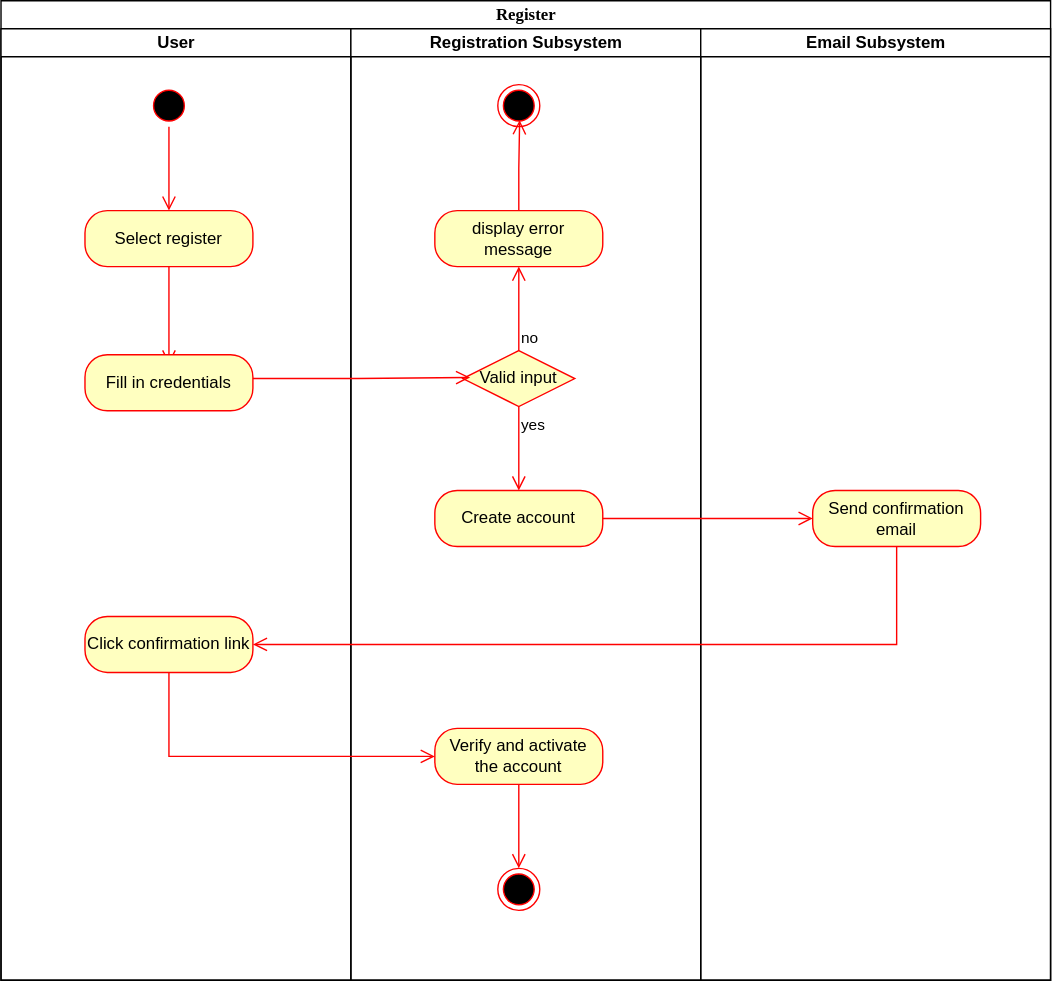
Above: Register Activity Diagram.svg in Simamkele88/IFM3_GP (draw.io), before the change. Source tidied: cells renumbered, new cells last; positions are measured from the earlier drawing's top-left corner, leaving out a move shared by most shapes. Source of this version:
```xml
<mxGraphModel>
  <root>
    <mxCell id="0" />
    <mxCell id="1" parent="0" />
    <mxCell id="2" value="Register" style="swimlane;html=1;startSize=20;rounded=0;shadow=0;comic=0;labelBackgroundColor=none;strokeWidth=1;fontFamily=Verdana;fontSize=12;align=center;" parent="1" vertex="1">
      <mxGeometry width="750" height="700" as="geometry" />
    </mxCell>
    <mxCell id="3" value="User" style="swimlane;html=1;startSize=20;" parent="2" vertex="1">
      <mxGeometry y="20" width="250" height="680" as="geometry" />
    </mxCell>
    <mxCell id="4" style="ellipse;html=1;shape=startState;fillColor=#000000;strokeColor=#ff0000;" parent="3" vertex="1">
      <mxGeometry x="105" y="40" width="30" height="30" as="geometry" />
    </mxCell>
    <mxCell id="5" style="edgeStyle=orthogonalEdgeStyle;html=1;verticalAlign=bottom;endArrow=open;endSize=8;strokeColor=#ff0000;rounded=0;exitX=0.5;exitY=1;exitDx=0;exitDy=0;entryX=0.5;entryY=0;entryDx=0;entryDy=0;" parent="3" edge="1" source="4" target="6">
      <mxGeometry relative="1" as="geometry" />
    </mxCell>
    <mxCell id="6" value="Select register" style="rounded=1;whiteSpace=wrap;html=1;arcSize=40;fontColor=#000000;fillColor=#ffffc0;strokeColor=#ff0000;" parent="3" vertex="1">
      <mxGeometry x="60" y="130" width="120" height="40" as="geometry" />
    </mxCell>
    <mxCell id="7" style="edgeStyle=orthogonalEdgeStyle;html=1;verticalAlign=bottom;endArrow=open;endSize=8;strokeColor=#ff0000;rounded=0;entryX=0.5;entryY=0.175;entryDx=0;entryDy=0;entryPerimeter=0;" parent="3" edge="1" source="6" target="8">
      <mxGeometry relative="1" as="geometry" />
    </mxCell>
    <mxCell id="8" value="Fill in credentials" style="rounded=1;whiteSpace=wrap;html=1;arcSize=40;fontColor=#000000;fillColor=#ffffc0;strokeColor=#ff0000;" parent="3" vertex="1">
      <mxGeometry x="60" y="233" width="120" height="40" as="geometry" />
    </mxCell>
    <mxCell id="9" value="Click confirmation link" style="rounded=1;whiteSpace=wrap;html=1;arcSize=40;fontColor=#000000;fillColor=#ffffc0;strokeColor=#ff0000;" parent="3" vertex="1">
      <mxGeometry x="60" y="420" width="120" height="40" as="geometry" />
    </mxCell>
    <mxCell id="10" value="Registration Subsystem" style="swimlane;html=1;startSize=20;" parent="2" vertex="1">
      <mxGeometry x="250" y="20" width="250" height="680" as="geometry" />
    </mxCell>
    <mxCell id="11" value="Valid input" style="rhombus;whiteSpace=wrap;html=1;fontColor=#000000;fillColor=#ffffc0;strokeColor=#ff0000;" parent="10" vertex="1">
      <mxGeometry x="80" y="230" width="80" height="40" as="geometry" />
    </mxCell>
    <mxCell id="12" value="no" style="edgeStyle=orthogonalEdgeStyle;html=1;align=left;verticalAlign=bottom;endArrow=open;endSize=8;strokeColor=#ff0000;rounded=0;exitX=0.5;exitY=0;exitDx=0;exitDy=0;" parent="10" edge="1" source="11" target="15">
      <mxGeometry x="-1" relative="1" as="geometry" />
    </mxCell>
    <mxCell id="13" value="yes" style="edgeStyle=orthogonalEdgeStyle;html=1;align=left;verticalAlign=top;endArrow=open;endSize=8;strokeColor=#ff0000;rounded=0;exitX=0.5;exitY=1;exitDx=0;exitDy=0;entryX=0.5;entryY=0;entryDx=0;entryDy=0;" parent="10" edge="1" source="11" target="14">
      <mxGeometry x="-1" relative="1" as="geometry" />
    </mxCell>
    <mxCell id="14" value="Create account" style="rounded=1;whiteSpace=wrap;html=1;arcSize=40;fontColor=#000000;fillColor=#ffffc0;strokeColor=#ff0000;" parent="10" vertex="1">
      <mxGeometry x="60" y="330" width="120" height="40" as="geometry" />
    </mxCell>
    <mxCell id="15" value="display error message" style="rounded=1;whiteSpace=wrap;html=1;arcSize=40;fontColor=#000000;fillColor=#ffffc0;strokeColor=#ff0000;" parent="10" vertex="1">
      <mxGeometry x="60" y="130" width="120" height="40" as="geometry" />
    </mxCell>
    <mxCell id="16" style="edgeStyle=orthogonalEdgeStyle;html=1;align=left;verticalAlign=bottom;endArrow=open;endSize=8;strokeColor=#ff0000;rounded=0;entryX=0.52;entryY=0.847;entryDx=0;entryDy=0;entryPerimeter=0;" parent="10" edge="1" source="15" target="17">
      <mxGeometry x="-1" relative="1" as="geometry" />
    </mxCell>
    <mxCell id="17" style="ellipse;html=1;shape=endState;fillColor=#000000;strokeColor=#ff0000;" parent="10" vertex="1">
      <mxGeometry x="105" y="40" width="30" height="30" as="geometry" />
    </mxCell>
    <mxCell id="18" value="Verify and activate the account" style="rounded=1;whiteSpace=wrap;html=1;arcSize=40;fontColor=#000000;fillColor=#ffffc0;strokeColor=#ff0000;" parent="10" vertex="1">
      <mxGeometry x="60" y="500" width="120" height="40" as="geometry" />
    </mxCell>
    <mxCell id="19" style="edgeStyle=orthogonalEdgeStyle;html=1;verticalAlign=bottom;endArrow=open;endSize=8;strokeColor=#ff0000;rounded=0;" parent="10" edge="1" source="18" target="20">
      <mxGeometry relative="1" as="geometry" />
    </mxCell>
    <mxCell id="20" style="ellipse;html=1;shape=endState;fillColor=#000000;strokeColor=#ff0000;" parent="10" vertex="1">
      <mxGeometry x="105" y="600" width="30" height="30" as="geometry" />
    </mxCell>
    <mxCell id="21" value="Email Subsystem" style="swimlane;html=1;startSize=20;" parent="2" vertex="1">
      <mxGeometry x="500" y="20" width="250" height="680" as="geometry" />
    </mxCell>
    <mxCell id="22" value="Send confirmation email" style="rounded=1;whiteSpace=wrap;html=1;arcSize=40;fontColor=#000000;fillColor=#ffffc0;strokeColor=#ff0000;" parent="21" vertex="1">
      <mxGeometry x="80" y="330" width="120" height="40" as="geometry" />
    </mxCell>
    <mxCell id="23" style="edgeStyle=orthogonalEdgeStyle;html=1;verticalAlign=bottom;endArrow=open;endSize=8;strokeColor=#ff0000;rounded=0;entryX=0.065;entryY=0.481;entryDx=0;entryDy=0;entryPerimeter=0;exitX=1;exitY=0.425;exitDx=0;exitDy=0;exitPerimeter=0;" parent="2" edge="1" source="8" target="11">
      <mxGeometry relative="1" as="geometry" />
    </mxCell>
    <mxCell id="24" style="edgeStyle=orthogonalEdgeStyle;html=1;verticalAlign=bottom;endArrow=open;endSize=8;strokeColor=#ff0000;rounded=0;exitX=1;exitY=0.5;exitDx=0;exitDy=0;entryX=0;entryY=0.5;entryDx=0;entryDy=0;" parent="2" edge="1" source="14" target="22">
      <mxGeometry relative="1" as="geometry" />
    </mxCell>
    <mxCell id="25" style="edgeStyle=orthogonalEdgeStyle;html=1;verticalAlign=bottom;endArrow=open;endSize=8;strokeColor=#ff0000;rounded=0;entryX=1;entryY=0.5;entryDx=0;entryDy=0;exitX=0.5;exitY=1;exitDx=0;exitDy=0;" parent="2" edge="1" source="22" target="9">
      <mxGeometry relative="1" as="geometry" />
    </mxCell>
    <mxCell id="26" style="edgeStyle=orthogonalEdgeStyle;html=1;verticalAlign=bottom;endArrow=open;endSize=8;strokeColor=#ff0000;rounded=0;entryX=0;entryY=0.5;entryDx=0;entryDy=0;exitX=0.5;exitY=1;exitDx=0;exitDy=0;" parent="2" edge="1" source="9" target="18">
      <mxGeometry relative="1" as="geometry" />
    </mxCell>
  </root>
</mxGraphModel>
```
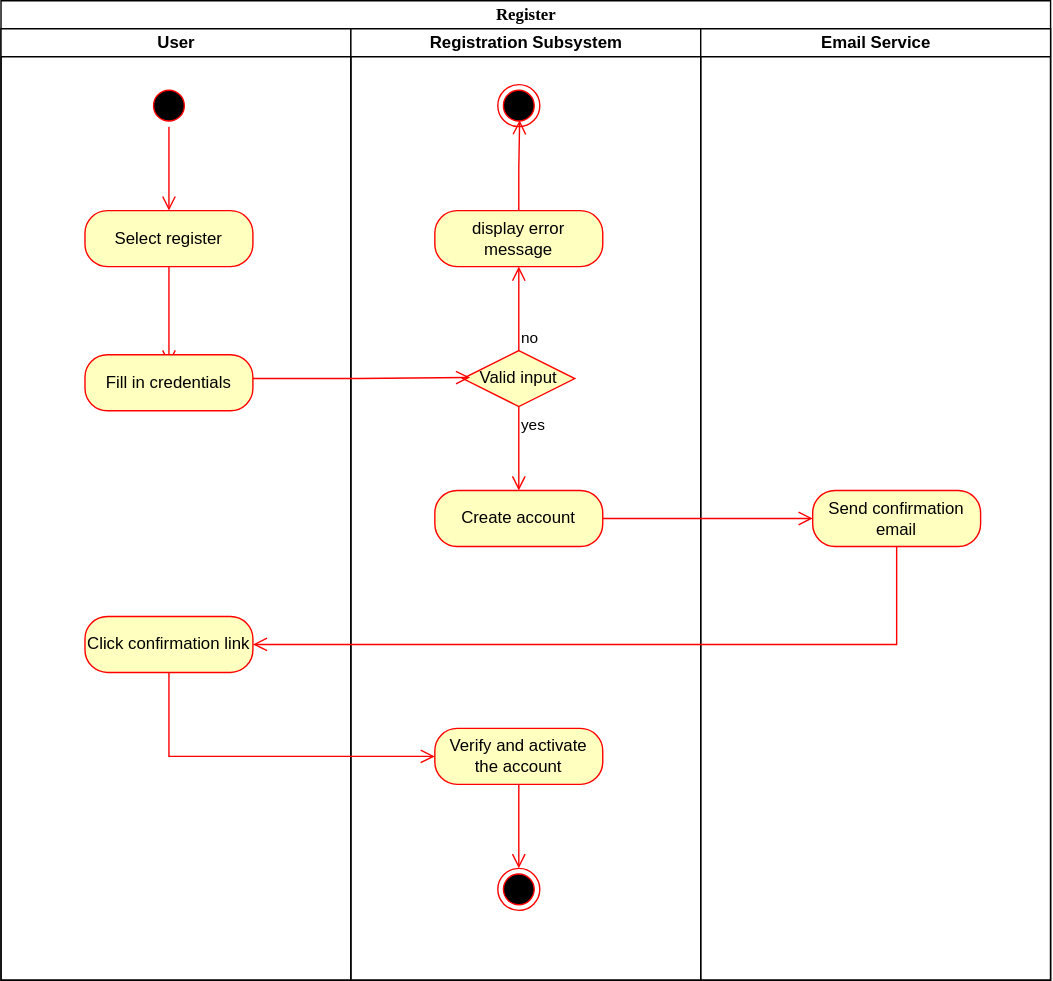
After the commit.

Diff of the diagram source:
```diff
@@ -59,7 +59,7 @@
     <mxCell id="20" style="ellipse;html=1;shape=endState;fillColor=#000000;strokeColor=#ff0000;" parent="10" vertex="1">
       <mxGeometry x="105" y="600" width="30" height="30" as="geometry" />
     </mxCell>
-    <mxCell id="21" value="Email Subsystem" style="swimlane;html=1;startSize=20;" parent="2" vertex="1">
+    <mxCell id="21" value="Email Service" style="swimlane;html=1;startSize=20;" parent="2" vertex="1">
       <mxGeometry x="500" y="20" width="250" height="680" as="geometry" />
     </mxCell>
     <mxCell id="22" value="Send confirmation email" style="rounded=1;whiteSpace=wrap;html=1;arcSize=40;fontColor=#000000;fillColor=#ffffc0;strokeColor=#ff0000;" parent="21" vertex="1">
```
